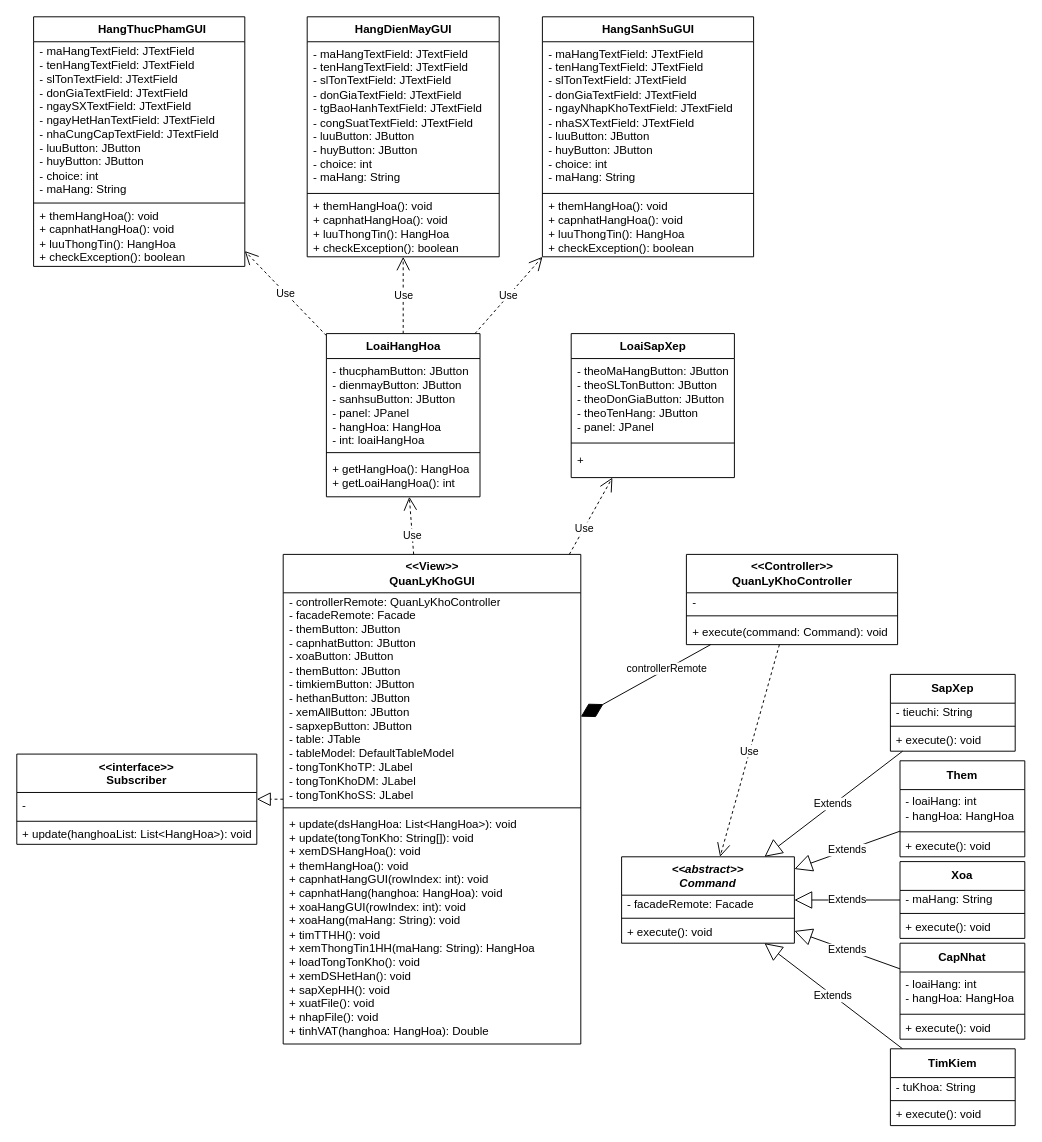
The draw.io diagram page "Presentation" (3 of 10) of Detai_SoDo/Diagram_DP.drawio in thuangg0123/MYCTKPM, before the edit. Source tidied: cells renumbered, new cells numbered last; positions are measured from the earlier drawing's top-left corner, leaving out a move shared by most shapes. Both pictures are drawn from the tidied source at 96%, with x=0, y=0 at pixel (16, 16).
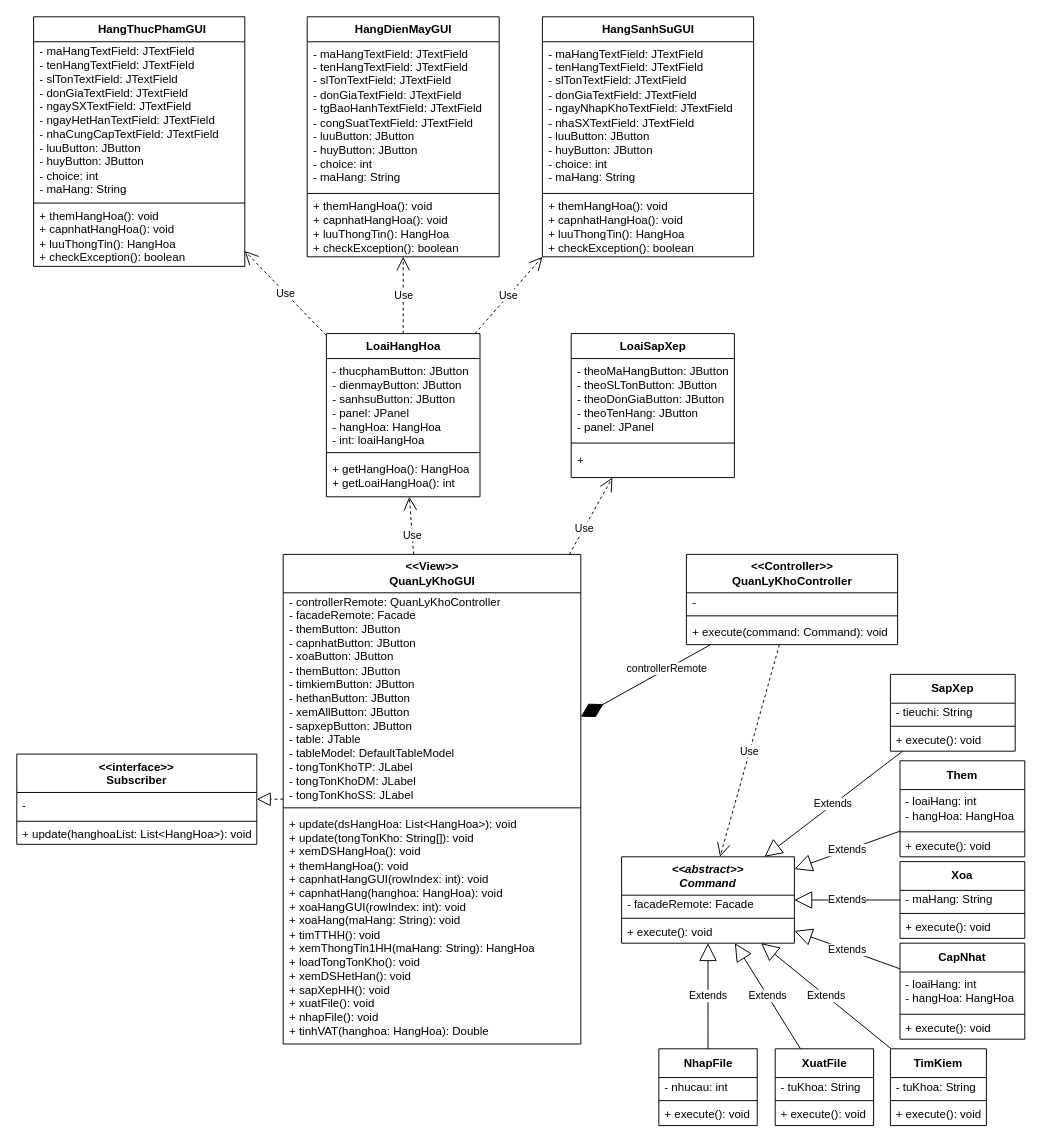
The same diagram, later.

The change refers to these unchanged cells:
```xml
<mxCell id="38" value="&lt;i&gt;&amp;lt;&amp;lt;&lt;span style=&quot;border-color: var(--border-color);&quot;&gt;abstract&lt;/span&gt;&amp;gt;&amp;gt;&lt;br&gt;Command&lt;/i&gt;" style="swimlane;fontStyle=1;align=center;verticalAlign=middle;horizontal=1;startSize=40;whiteSpace=wrap;html=1;" parent="1" vertex="1">
  <mxGeometry x="630" y="875" width="180" height="90" as="geometry" />
</mxCell>
```

What changed in the source:
```diff
@@
     <mxCell id="54" value="TimKiem" style="swimlane;fontStyle=1;align=center;verticalAlign=middle;horizontal=1;startSize=30;whiteSpace=wrap;html=1;" parent="1" vertex="1">
-      <mxGeometry x="910" y="1075" width="130" height="80" as="geometry" />
+      <mxGeometry x="910" y="1075" width="100" height="80" as="geometry" />
     </mxCell>
     <mxCell id="55" value="- tuKhoa: String" style="text;strokeColor=none;fillColor=none;align=left;verticalAlign=middle;spacingLeft=4;spacingRight=4;overflow=hidden;whiteSpace=wrap;html=1;" parent="54" vertex="1">
-      <mxGeometry y="30" width="130" height="20" as="geometry" />
+      <mxGeometry y="30" width="100" height="20" as="geometry" />
     </mxCell>
     <mxCell id="56" style="line;strokeWidth=1;fillColor=none;align=left;verticalAlign=middle;spacingTop=-1;spacingLeft=3;spacingRight=3;labelPosition=right;strokeColor=inherit;" parent="54" vertex="1">
-      <mxGeometry y="50" width="130" height="8" as="geometry" />
+      <mxGeometry y="50" width="100" height="8" as="geometry" />
     </mxCell>
     <mxCell id="57" value="+ execute(): void" style="text;strokeColor=none;fillColor=none;align=left;verticalAlign=middle;spacingLeft=4;spacingRight=4;overflow=hidden;whiteSpace=wrap;html=1;" parent="54" vertex="1">
-      <mxGeometry y="58" width="130" height="22" as="geometry" />
+      <mxGeometry y="58" width="100" height="22" as="geometry" />
     </mxCell>
@@
+    <mxCell id="72" value="Extends" style="endArrow=block;endSize=16;endFill=0;html=1;rounded=0;verticalAlign=middle;" parent="1" edge="1" source="73" target="38">
+      <mxGeometry relative="1" as="geometry" />
+    </mxCell>
+    <mxCell id="73" value="XuatFile" style="swimlane;fontStyle=1;align=center;verticalAlign=middle;horizontal=1;startSize=30;whiteSpace=wrap;html=1;" parent="1" vertex="1">
+      <mxGeometry x="790" y="1075" width="102.5" height="80" as="geometry" />
+    </mxCell>
+    <mxCell id="74" value="- tuKhoa: String" style="text;strokeColor=none;fillColor=none;align=left;verticalAlign=middle;spacingLeft=4;spacingRight=4;overflow=hidden;whiteSpace=wrap;html=1;" parent="73" vertex="1">
+      <mxGeometry y="30" width="102.5" height="20" as="geometry" />
+    </mxCell>
+    <mxCell id="75" style="line;strokeWidth=1;fillColor=none;align=left;verticalAlign=middle;spacingTop=-1;spacingLeft=3;spacingRight=3;labelPosition=right;strokeColor=inherit;" parent="73" vertex="1">
+      <mxGeometry y="50" width="102.5" height="8" as="geometry" />
+    </mxCell>
+    <mxCell id="76" value="+ execute(): void" style="text;strokeColor=none;fillColor=none;align=left;verticalAlign=middle;spacingLeft=4;spacingRight=4;overflow=hidden;whiteSpace=wrap;html=1;" parent="73" vertex="1">
+      <mxGeometry y="58" width="102.5" height="22" as="geometry" />
+    </mxCell>
+    <mxCell id="77" value="Extends" style="endArrow=block;endSize=16;endFill=0;html=1;rounded=0;verticalAlign=middle;" parent="1" edge="1" source="78" target="38">
+      <mxGeometry relative="1" as="geometry" />
+    </mxCell>
+    <mxCell id="78" value="NhapFile" style="swimlane;fontStyle=1;align=center;verticalAlign=middle;horizontal=1;startSize=30;whiteSpace=wrap;html=1;" parent="1" vertex="1">
+      <mxGeometry x="668.8" y="1075" width="102.5" height="80" as="geometry" />
+    </mxCell>
+    <mxCell id="79" value="- nhucau: int" style="text;strokeColor=none;fillColor=none;align=left;verticalAlign=middle;spacingLeft=4;spacingRight=4;overflow=hidden;whiteSpace=wrap;html=1;" parent="78" vertex="1">
+      <mxGeometry y="30" width="102.5" height="20" as="geometry" />
+    </mxCell>
+    <mxCell id="80" style="line;strokeWidth=1;fillColor=none;align=left;verticalAlign=middle;spacingTop=-1;spacingLeft=3;spacingRight=3;labelPosition=right;strokeColor=inherit;" parent="78" vertex="1">
+      <mxGeometry y="50" width="102.5" height="8" as="geometry" />
+    </mxCell>
+    <mxCell id="81" value="+ execute(): void" style="text;strokeColor=none;fillColor=none;align=left;verticalAlign=middle;spacingLeft=4;spacingRight=4;overflow=hidden;whiteSpace=wrap;html=1;" parent="78" vertex="1">
+      <mxGeometry y="58" width="102.5" height="22" as="geometry" />
+    </mxCell>
```
